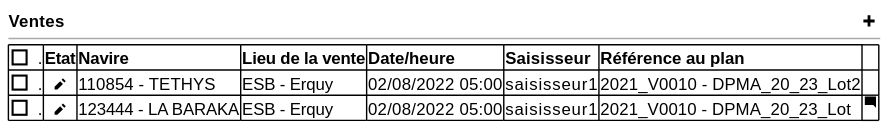
Before: projects/obsvente/spe/images/sale-table.svg, a diagram exported from PlantUML (sumaris-net/sumaris-doc).
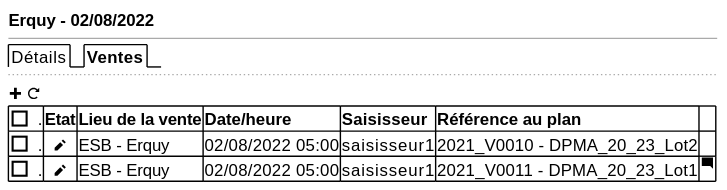
The same file after the commit.

The edit, as a diff of the source:
```diff
@@ -1,12 +1,16 @@
 @startsalt
 {
-  <b>Ventes                                                                                                                                                                                              <&plus>
+  <b>Erquy - 02/08/2022
   --
+  {/ Détails | <b>Ventes }
+  ..
+  <&plus> <&reload>
+
 	{#
 
-     [ ]. | <b>Etat | <b>Navire | <b>Lieu de la vente | <b>Date/heure | <b>Saisisseur | <b>Référence au plan | .
-     [ ]. | <b>  <&pencil> | 110854 - TETHYS | ESB - Erquy | 02/08/2022 05:00 | saisisseur1 | 2021_V0010 - DPMA_20_23_Lot2
-     [ ]. | <b>  <&pencil> | 123444 - LA BARAKA | ESB - Erquy | 02/08/2022 05:00 | saisisseur1 | 2021_V0010 - DPMA_20_23_Lot | <&comment-square>
+     [ ]. | <b>Etat | <b>Lieu de la vente | <b>Date/heure | <b>Saisisseur | <b>Référence au plan | .
+     [ ]. | <b>  <&pencil> | ESB - Erquy | 02/08/2022 05:00 | saisisseur1 | 2021_V0010 - DPMA_20_23_Lot2
+     [ ]. | <b>  <&pencil> | ESB - Erquy | 02/08/2022 05:00 | saisisseur1 | 2021_V0011 - DPMA_20_23_Lot1 | <&comment-square>
     }
 
 }
```
